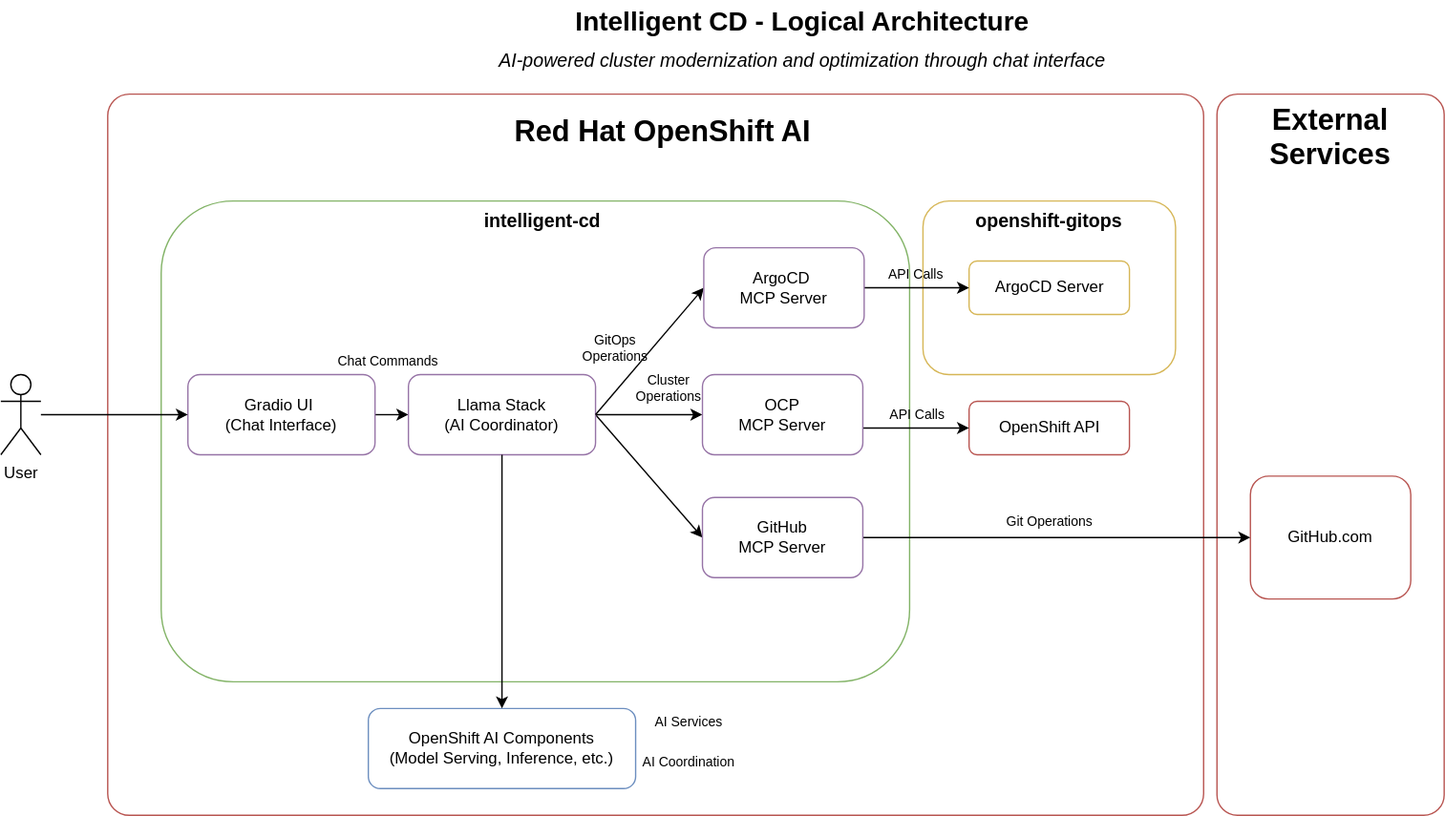
Above: docs/images/architecture.svg in alvarolop/intelligent-cd (draw.io), before the change. Source tidied: cells renumbered, new cells last; positions are measured from the earlier drawing's top-left corner, leaving out a move shared by most shapes.
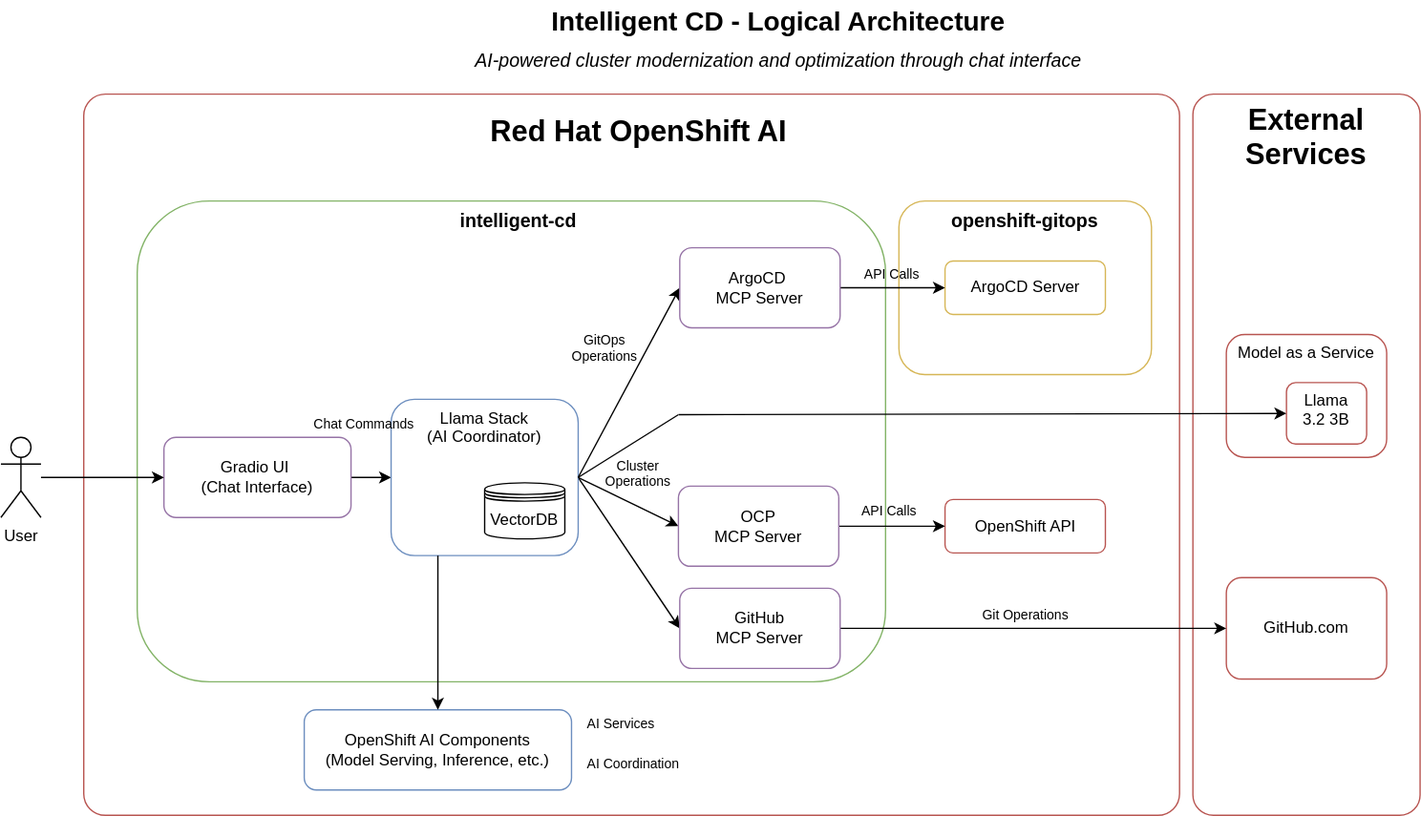
The same file after the commit.

Commit message:
⚡️ Update architecture to include RAG and Model

Change to the diagram source:
```diff
@@ -18,28 +18,28 @@
       <mxGeometry relative="1" as="geometry" />
     </mxCell>
     <mxCell id="7" value="Gradio UI&amp;nbsp;&lt;div&gt;(Chat Interface)&lt;/div&gt;" style="rounded=1;whiteSpace=wrap;html=1;fillColor=#ffffff;strokeColor=#9673a6;fontSize=12;" parent="1" vertex="1">
-      <mxGeometry x="140" y="280" width="140" height="60" as="geometry" />
+      <mxGeometry x="140" y="327" width="140" height="60" as="geometry" />
     </mxCell>
-    <mxCell id="8" style="edgeStyle=none;html=1;exitX=1;exitY=0.5;exitDx=0;exitDy=0;entryX=0;entryY=0.5;entryDx=0;entryDy=0;" parent="1" edge="1" source="10" target="30">
+    <mxCell id="8" style="html=1;exitX=1;exitY=0.5;exitDx=0;exitDy=0;entryX=0;entryY=0.5;entryDx=0;entryDy=0;endArrow=none;endFill=0;" parent="1" edge="1" source="10" target="30">
       <mxGeometry relative="1" as="geometry" />
     </mxCell>
     <mxCell id="9" style="edgeStyle=none;html=1;exitX=1;exitY=0.5;exitDx=0;exitDy=0;entryX=0;entryY=0.5;entryDx=0;entryDy=0;" parent="1" edge="1" source="10" target="31">
       <mxGeometry relative="1" as="geometry" />
     </mxCell>
-    <mxCell id="10" value="Llama Stack&#10;(AI Coordinator)" style="rounded=1;whiteSpace=wrap;html=1;fillColor=#ffffff;strokeColor=#9673a6;fontSize=12;" parent="1" vertex="1">
-      <mxGeometry x="305" y="280" width="140" height="60" as="geometry" />
+    <mxCell id="10" value="Llama Stack&#10;(AI Coordinator)" style="rounded=1;whiteSpace=wrap;html=1;fillColor=none;strokeColor=#6c8ebf;fontSize=12;verticalAlign=top;" parent="1" vertex="1">
+      <mxGeometry x="310" y="298.5" width="140" height="117" as="geometry" />
     </mxCell>
     <mxCell id="11" value="OpenShift AI Components&#10;(Model Serving, Inference, etc.)" style="rounded=1;whiteSpace=wrap;html=1;fillColor=#ffffff;strokeColor=#6c8ebf;fontSize=12;" parent="1" vertex="1">
-      <mxGeometry x="275" y="530" width="200" height="60" as="geometry" />
+      <mxGeometry x="245" y="531" width="200" height="60" as="geometry" />
     </mxCell>
     <mxCell id="12" value="ArgoCD Server" style="rounded=1;whiteSpace=wrap;html=1;fillColor=#ffffff;strokeColor=#d6b656;fontSize=12;" parent="1" vertex="1">
       <mxGeometry x="724.5" y="195" width="120" height="40" as="geometry" />
     </mxCell>
     <mxCell id="13" value="GitHub.com" style="rounded=1;whiteSpace=wrap;html=1;fillColor=#ffffff;strokeColor=#b85450;fontSize=12;" parent="1" vertex="1">
-      <mxGeometry x="935" y="356" width="120" height="92" as="geometry" />
+      <mxGeometry x="935" y="432" width="120" height="76" as="geometry" />
     </mxCell>
     <mxCell id="14" value="OpenShift API" style="rounded=1;whiteSpace=wrap;html=1;fillColor=#ffffff;strokeColor=#b85450;fontSize=12;" parent="1" vertex="1">
-      <mxGeometry x="724.5" y="300" width="120" height="40" as="geometry" />
+      <mxGeometry x="724.5" y="373.5" width="120" height="40" as="geometry" />
     </mxCell>
     <mxCell id="15" style="endArrow=classic;html=1;rounded=0;exitX=1;exitY=0.5;exitDx=0;exitDy=0;entryX=0;entryY=0.5;entryDx=0;entryDy=0;" parent="1" edge="1" source="10" target="29">
       <mxGeometry relative="1" as="geometry" />
@@ -47,34 +47,32 @@
     <mxCell id="16" style="endArrow=classic;html=1;rounded=0;exitX=1;exitY=0.5;exitDx=0;exitDy=0;entryX=0;entryY=0.5;entryDx=0;entryDy=0;" parent="1" edge="1" source="31" target="13">
       <mxGeometry relative="1" as="geometry" />
     </mxCell>
-    <mxCell id="17" style="endArrow=classic;html=1;rounded=0;exitX=1;exitY=0.5;exitDx=0;exitDy=0;entryX=0;entryY=0.5;entryDx=0;entryDy=0;" parent="1" edge="1" target="14">
-      <mxGeometry relative="1" as="geometry">
-        <mxPoint x="600" y="320" as="sourcePoint" />
-      </mxGeometry>
+    <mxCell id="17" style="endArrow=classic;html=1;rounded=0;exitX=1;exitY=0.5;exitDx=0;exitDy=0;entryX=0;entryY=0.5;entryDx=0;entryDy=0;" parent="1" edge="1" source="37" target="14">
+      <mxGeometry relative="1" as="geometry" />
     </mxCell>
-    <mxCell id="18" style="endArrow=classic;html=1;rounded=0;exitX=0.5;exitY=1;exitDx=0;exitDy=0;entryX=0.5;entryY=0;entryDx=0;entryDy=0;" parent="1" edge="1" source="10" target="11">
+    <mxCell id="18" style="endArrow=classic;html=1;rounded=0;exitX=0.25;exitY=1;exitDx=0;exitDy=0;entryX=0.5;entryY=0;entryDx=0;entryDy=0;" parent="1" edge="1" source="10" target="11">
       <mxGeometry relative="1" as="geometry" />
     </mxCell>
     <mxCell id="19" value="Chat Commands" style="text;html=1;strokeColor=none;fillColor=none;align=center;verticalAlign=middle;whiteSpace=wrap;rounded=0;fontSize=10;" parent="1" vertex="1">
-      <mxGeometry x="250" y="260" width="80" height="20" as="geometry" />
+      <mxGeometry x="250" y="307" width="80" height="20" as="geometry" />
     </mxCell>
-    <mxCell id="20" value="AI Coordination" style="text;html=1;strokeColor=none;fillColor=none;align=center;verticalAlign=middle;whiteSpace=wrap;rounded=0;fontSize=10;" parent="1" vertex="1">
-      <mxGeometry x="475" y="560" width="80" height="20" as="geometry" />
+    <mxCell id="20" value="AI Coordination" style="text;html=1;strokeColor=none;fillColor=none;align=left;verticalAlign=middle;whiteSpace=wrap;rounded=0;fontSize=10;" parent="1" vertex="1">
+      <mxGeometry x="455" y="561" width="80" height="20" as="geometry" />
     </mxCell>
     <mxCell id="21" value="Cluster Operations" style="text;html=1;strokeColor=none;fillColor=none;align=center;verticalAlign=middle;whiteSpace=wrap;rounded=0;fontSize=10;" parent="1" vertex="1">
-      <mxGeometry x="460" y="280" width="80" height="20" as="geometry" />
+      <mxGeometry x="455" y="343.5" width="80" height="20" as="geometry" />
     </mxCell>
     <mxCell id="22" value="GitOps Operations" style="text;html=1;strokeColor=none;fillColor=none;align=center;verticalAlign=middle;whiteSpace=wrap;rounded=0;fontSize=10;" parent="1" vertex="1">
-      <mxGeometry x="420" y="250" width="80" height="20" as="geometry" />
+      <mxGeometry x="430" y="250" width="80" height="20" as="geometry" />
     </mxCell>
     <mxCell id="23" value="Git Operations" style="text;html=1;strokeColor=none;fillColor=none;align=center;verticalAlign=middle;whiteSpace=wrap;rounded=0;fontSize=10;" parent="1" vertex="1">
-      <mxGeometry x="744.5" y="380" width="80" height="20" as="geometry" />
+      <mxGeometry x="744.5" y="450" width="80" height="20" as="geometry" />
     </mxCell>
     <mxCell id="24" value="API Calls" style="text;html=1;strokeColor=none;fillColor=none;align=center;verticalAlign=middle;whiteSpace=wrap;rounded=0;fontSize=10;" parent="1" vertex="1">
-      <mxGeometry x="646" y="300" width="80" height="20" as="geometry" />
+      <mxGeometry x="642.5" y="372" width="80" height="20" as="geometry" />
     </mxCell>
-    <mxCell id="25" value="AI Services" style="text;html=1;strokeColor=none;fillColor=none;align=center;verticalAlign=middle;whiteSpace=wrap;rounded=0;fontSize=10;" parent="1" vertex="1">
-      <mxGeometry x="475" y="530" width="80" height="20" as="geometry" />
+    <mxCell id="25" value="AI Services" style="text;html=1;strokeColor=none;fillColor=none;align=left;verticalAlign=middle;whiteSpace=wrap;rounded=0;fontSize=10;" parent="1" vertex="1">
+      <mxGeometry x="455" y="531" width="80" height="20" as="geometry" />
     </mxCell>
     <mxCell id="26" value="Intelligent CD - Logical Architecture" style="text;html=1;strokeColor=none;fillColor=none;align=center;verticalAlign=middle;whiteSpace=wrap;rounded=0;fontSize=20;fontStyle=1;" parent="1" vertex="1">
       <mxGeometry x="400" width="400" height="30" as="geometry" />
@@ -88,12 +86,9 @@
     <mxCell id="29" value="&lt;span style=&quot;color: rgb(0, 0, 0);&quot;&gt;ArgoCD&amp;nbsp;&lt;/span&gt;&lt;div&gt;&lt;span style=&quot;color: rgb(0, 0, 0);&quot;&gt;MCP Server&lt;/span&gt;&lt;/div&gt;" style="rounded=1;whiteSpace=wrap;html=1;fillColor=#ffffff;strokeColor=#9673a6;fontSize=12;" parent="1" vertex="1">
       <mxGeometry x="526" y="185" width="120" height="60" as="geometry" />
     </mxCell>
-    <mxCell id="30" value="&lt;div&gt;&lt;span style=&quot;color: rgb(0, 0, 0);&quot;&gt;OCP&lt;/span&gt;&lt;/div&gt;&lt;div&gt;&lt;span style=&quot;color: rgb(0, 0, 0);&quot;&gt;MCP Server&lt;/span&gt;&lt;/div&gt;" style="rounded=1;whiteSpace=wrap;html=1;fillColor=#ffffff;strokeColor=#9673a6;fontSize=12;" parent="1" vertex="1">
+    <mxCell id="30" style="rounded=1;whiteSpace=wrap;html=1;fillColor=#ffffff;strokeColor=none;fontSize=12;" parent="1" vertex="1">
       <mxGeometry x="525" y="280" width="120" height="60" as="geometry" />
     </mxCell>
-    <mxCell id="31" value="&lt;div&gt;&lt;span style=&quot;color: rgb(0, 0, 0);&quot;&gt;GitHub&lt;/span&gt;&lt;div&gt;&lt;span style=&quot;color: rgb(0, 0, 0);&quot;&gt;MCP Server&lt;/span&gt;&lt;/div&gt;" style="rounded=1;whiteSpace=wrap;html=1;fillColor=#ffffff;strokeColor=#9673a6;fontSize=12;" parent="1" vertex="1">
-      <mxGeometry x="525" y="372" width="120" height="60" as="geometry" />
-    </mxCell>
     <mxCell id="32" value="API Calls" style="text;html=1;strokeColor=none;fillColor=none;align=center;verticalAlign=middle;whiteSpace=wrap;rounded=0;fontSize=10;" parent="1" vertex="1">
       <mxGeometry x="644.5" y="195" width="80" height="20" as="geometry" />
     </mxCell>
@@ -101,7 +96,28 @@
       <mxGeometry relative="1" as="geometry" />
     </mxCell>
     <mxCell id="34" value="User" style="shape=umlActor;verticalLabelPosition=bottom;verticalAlign=top;html=1;outlineConnect=0;" parent="1" vertex="1">
-      <mxGeometry y="280" width="30" height="60" as="geometry" />
+      <mxGeometry x="18" y="327" width="30" height="60" as="geometry" />
     </mxCell>
+    <mxCell id="31" value="&lt;div&gt;&lt;span style=&quot;color: rgb(0, 0, 0);&quot;&gt;GitHub&lt;/span&gt;&lt;div&gt;&lt;span style=&quot;color: rgb(0, 0, 0);&quot;&gt;MCP Server&lt;/span&gt;&lt;/div&gt;" style="rounded=1;whiteSpace=wrap;html=1;fillColor=#ffffff;strokeColor=#9673a6;fontSize=12;" parent="1" vertex="1">
+      <mxGeometry x="526" y="440" width="120" height="60" as="geometry" />
+    </mxCell>
+    <mxCell id="35" value="VectorDB" style="shape=datastore;whiteSpace=wrap;html=1;" parent="1" vertex="1">
+      <mxGeometry x="380" y="361" width="60" height="42" as="geometry" />
+    </mxCell>
+    <mxCell id="36" style="edgeStyle=none;html=1;exitX=1;exitY=0.5;exitDx=0;exitDy=0;entryX=0;entryY=0.5;entryDx=0;entryDy=0;" parent="1" edge="1" source="10" target="37">
+      <mxGeometry relative="1" as="geometry" />
+    </mxCell>
+    <mxCell id="37" value="&lt;div&gt;&lt;span style=&quot;color: rgb(0, 0, 0);&quot;&gt;OCP&lt;/span&gt;&lt;/div&gt;&lt;div&gt;&lt;span style=&quot;color: rgb(0, 0, 0);&quot;&gt;MCP Server&lt;/span&gt;&lt;/div&gt;" style="rounded=1;whiteSpace=wrap;html=1;fillColor=#ffffff;strokeColor=#9673a6;fontSize=12;" parent="1" vertex="1">
+      <mxGeometry x="525" y="363.5" width="120" height="60" as="geometry" />
+    </mxCell>
+    <mxCell id="38" value="&lt;div style=&quot;&quot;&gt;&lt;span style=&quot;background-color: transparent;&quot;&gt;Model as a Service&lt;/span&gt;&lt;/div&gt;" style="rounded=1;whiteSpace=wrap;html=1;fillColor=#ffffff;strokeColor=#b85450;fontSize=12;align=center;verticalAlign=top;" parent="1" vertex="1">
+      <mxGeometry x="935" y="250" width="120" height="92" as="geometry" />
+    </mxCell>
+    <mxCell id="39" value="&lt;div style=&quot;&quot;&gt;&lt;span style=&quot;background-color: transparent;&quot;&gt;Llama&lt;/span&gt;&lt;/div&gt;&lt;div style=&quot;&quot;&gt;&lt;span style=&quot;background-color: transparent;&quot;&gt;3.2 3B&lt;/span&gt;&lt;/div&gt;" style="rounded=1;whiteSpace=wrap;html=1;fillColor=#ffffff;strokeColor=#b85450;fontSize=12;align=center;verticalAlign=top;" parent="1" vertex="1">
+      <mxGeometry x="980" y="286" width="60" height="46" as="geometry" />
+    </mxCell>
+    <mxCell id="40" style="endArrow=classic;html=1;rounded=0;exitX=0;exitY=0.5;exitDx=0;exitDy=0;" parent="1" edge="1" source="30" target="39">
+      <mxGeometry relative="1" as="geometry" />
+    </mxCell>
   </root>
 </mxGraphModel>
```
